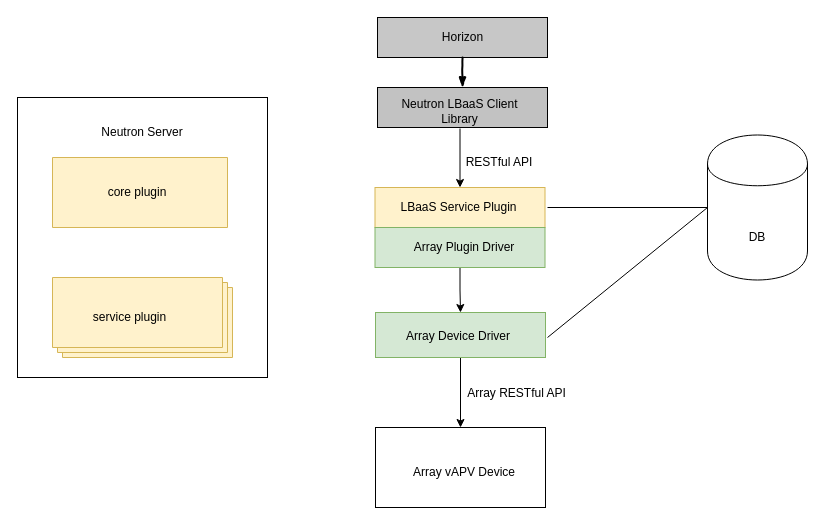
jarod-w/fordraw.io keeps this draw.io diagram as array_lbaasv2_agent.drawio. Above is the earlier version. Source tidied: cells renumbered, new cells numbered last; positions are measured from the earlier drawing's top-left corner, leaving out a move shared by most shapes. Both pictures are drawn from the tidied source at 100%, with x=0, y=0 at pixel (17, 17).
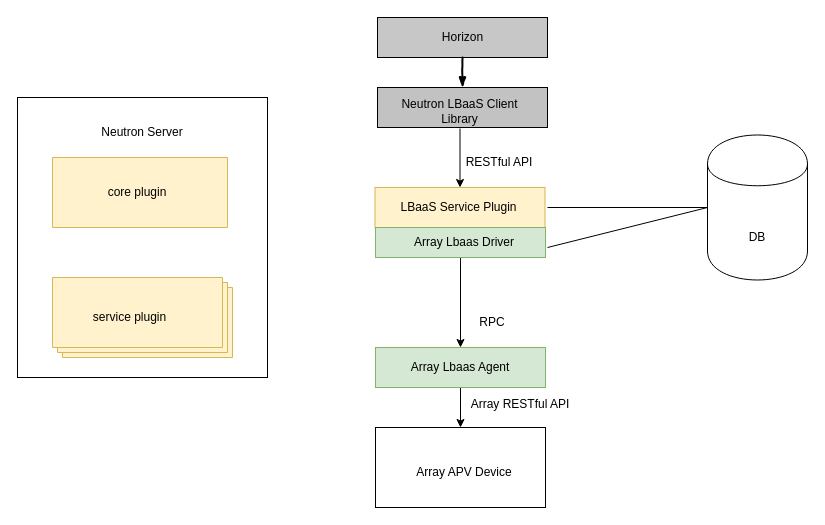
Above is the later version.

The change refers to these unchanged cells:
```xml
<mxCell id="26" style="shape=cylinder;whiteSpace=wrap;html=1;boundedLbl=1;backgroundOutline=1;" parent="1" vertex="1">
  <mxGeometry x="690" y="117.5" width="100" height="145" as="geometry" />
</mxCell>
```

Change to the diagram source:
```diff
@@
+    <mxCell id="11" style="edgeStyle=orthogonalEdgeStyle;rounded=0;jettySize=auto;html=1;exitX=0.5;exitY=1;exitDx=0;exitDy=0;entryX=0.5;entryY=0;entryDx=0;entryDy=0;" parent="1" edge="1" source="12" target="14">
+      <mxGeometry relative="1" as="geometry" />
+    </mxCell>
@@
-    <mxCell id="11" style="edgeStyle=orthogonalEdgeStyle;rounded=0;jettySize=auto;html=1;exitX=0.5;exitY=1;exitDx=0;exitDy=0;entryX=0.5;entryY=0;entryDx=0;entryDy=0;" parent="1" edge="1" source="12" target="14">
-      <mxGeometry relative="1" as="geometry" />
-    </mxCell>
     <mxCell id="12" style="rounded=0;whiteSpace=wrap;html=1;fillColor=#d5e8d4;strokeColor=#82b366;" parent="1" vertex="1">
-      <mxGeometry x="357.5" y="210" width="170" height="40" as="geometry" />
+      <mxGeometry x="358" y="210" width="170" height="30" as="geometry" />
     </mxCell>
@@
-    <mxCell id="14" style="rounded=0;whiteSpace=wrap;html=1;fillColor=#d5e8d4;strokeColor=#82b366;" parent="1" vertex="1">
-      <mxGeometry x="358" y="295" width="170" height="45" as="geometry" />
+    <mxCell id="14" value="Array Lbaas Agent" style="rounded=0;whiteSpace=wrap;html=1;fillColor=#d5e8d4;strokeColor=#82b366;" parent="1" vertex="1">
+      <mxGeometry x="358" y="330" width="170" height="40" as="geometry" />
     </mxCell>
@@
     <mxCell id="21" value="Array RESTful API" style="text;html=1;strokeColor=none;fillColor=none;align=center;verticalAlign=middle;whiteSpace=wrap;rounded=0;" parent="1" vertex="1">
-      <mxGeometry x="443" y="361" width="113" height="29" as="geometry" />
+      <mxGeometry x="450" y="372.5" width="106" height="29" as="geometry" />
     </mxCell>
@@
-    <mxCell id="23" value="Array Plugin Driver" style="text;html=1;strokeColor=none;fillColor=none;align=center;verticalAlign=middle;whiteSpace=wrap;rounded=0;" parent="1" vertex="1">
-      <mxGeometry x="384" y="220" width="126" height="20" as="geometry" />
+    <mxCell id="23" value="Array Lbaas Driver" style="text;html=1;strokeColor=none;fillColor=none;align=center;verticalAlign=middle;whiteSpace=wrap;rounded=0;" parent="1" vertex="1">
+      <mxGeometry x="384" y="215" width="126" height="20" as="geometry" />
     </mxCell>
-    <mxCell id="24" value="Array Device Driver" style="text;html=1;strokeColor=none;fillColor=none;align=center;verticalAlign=middle;whiteSpace=wrap;rounded=0;" parent="1" vertex="1">
-      <mxGeometry x="373" y="308" width="136" height="22" as="geometry" />
-    </mxCell>
-    <mxCell id="25" value="Array vAPV Device" style="text;html=1;strokeColor=none;fillColor=none;align=center;verticalAlign=middle;whiteSpace=wrap;rounded=0;" parent="1" vertex="1">
+    <mxCell id="25" value="Array APV Device" style="text;html=1;strokeColor=none;fillColor=none;align=center;verticalAlign=middle;whiteSpace=wrap;rounded=0;" parent="1" vertex="1">
       <mxGeometry x="384" y="440" width="126" height="30" as="geometry" />
     </mxCell>
@@
     <mxCell id="29" style="endArrow=none;html=1;entryX=0;entryY=0.5;entryDx=0;entryDy=0;" parent="1" edge="1" target="26">
       <mxGeometry relative="1" as="geometry">
-        <mxPoint x="530" y="320" as="sourcePoint" />
+        <mxPoint x="530" y="230" as="sourcePoint" />
       </mxGeometry>
     </mxCell>
+    <mxCell id="30" value="RPC" style="text;html=1;strokeColor=none;fillColor=none;align=center;verticalAlign=middle;whiteSpace=wrap;rounded=0;" parent="1" vertex="1">
+      <mxGeometry x="450" y="290" width="50" height="29" as="geometry" />
+    </mxCell>
```
